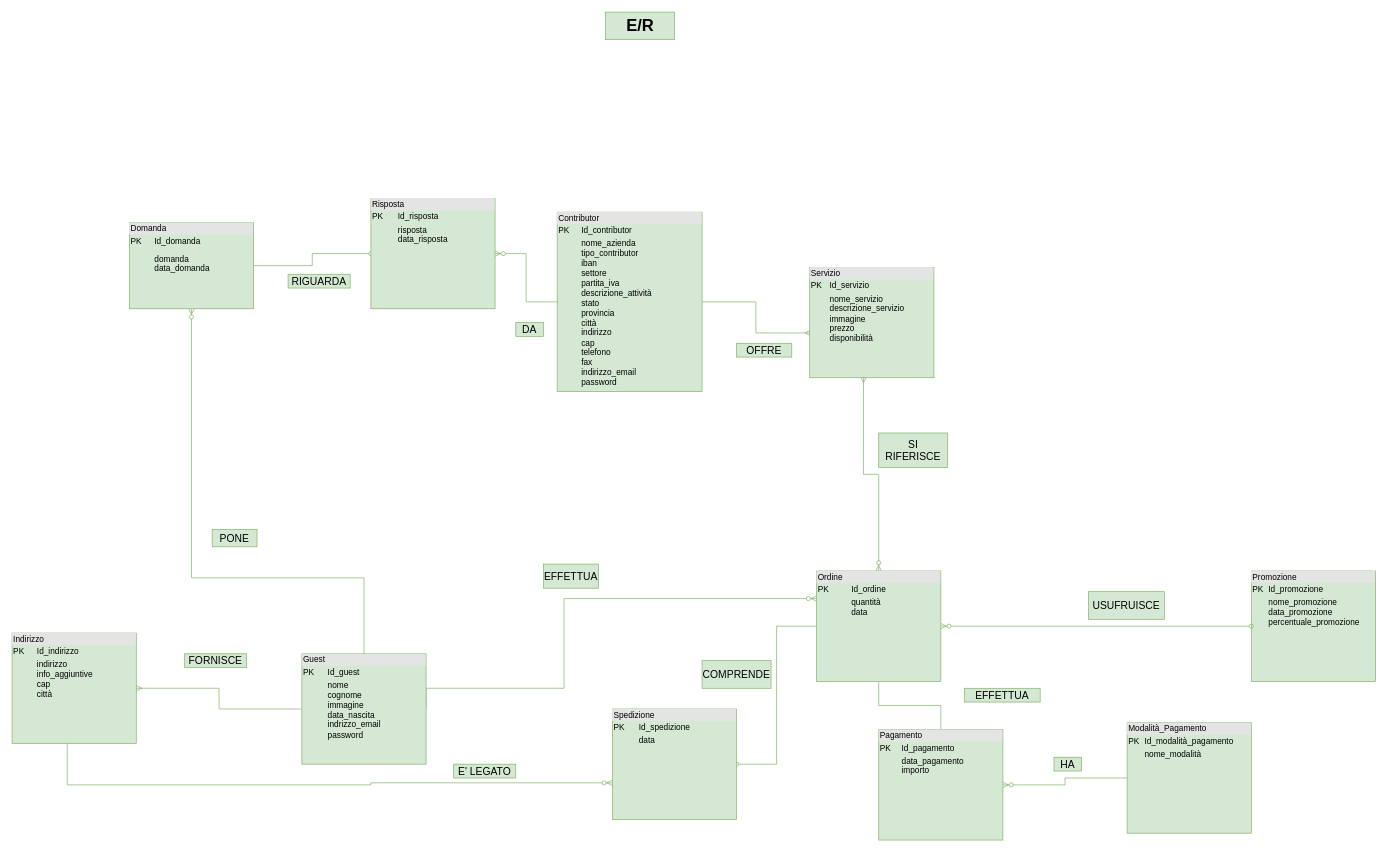
Above: ER.drawio in giadaventurini-pixel/giadaventurini-5binf (draw.io), before the change. Source tidied: cells renumbered, new cells numbered last; positions are measured from the earlier drawing's top-left corner, leaving out a move shared by most shapes. Both pictures are drawn from the tidied source at 69%, with x=0, y=0 at pixel (12, 12).
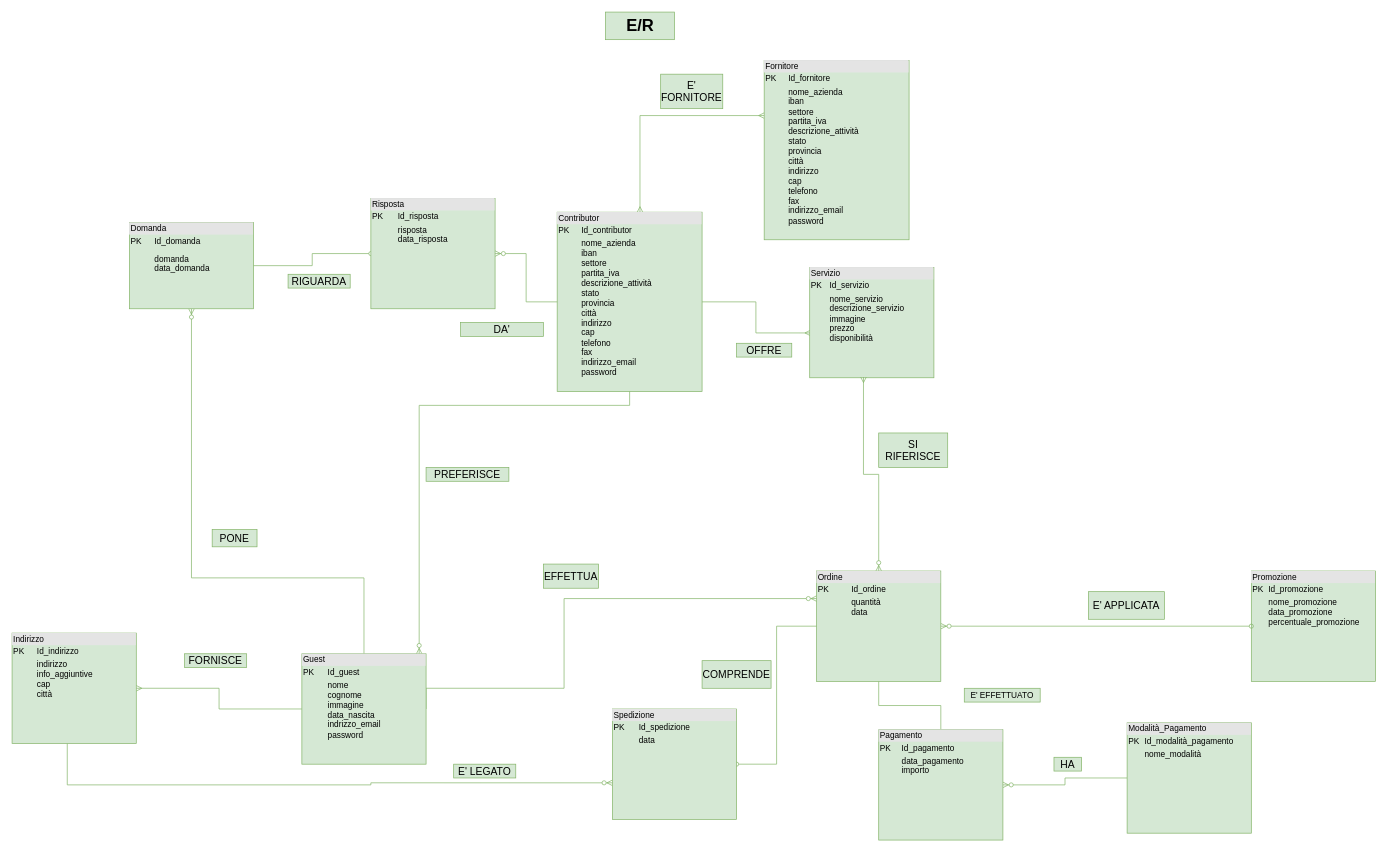
The same diagram, later.

The change refers to these unchanged cells:
```xml
<mxCell id="7" value="&lt;div style=&quot;box-sizing: border-box ; width: 100% ; background: #e4e4e4 ; padding: 2px&quot;&gt;Guest&lt;/div&gt;&lt;table style=&quot;width: 100% ; font-size: 1em&quot; cellpadding=&quot;2&quot; cellspacing=&quot;0&quot;&gt;&lt;tbody&gt;&lt;tr&gt;&lt;td&gt;PK&lt;/td&gt;&lt;td&gt;Id_guest&lt;br&gt;&lt;/td&gt;&lt;/tr&gt;&lt;tr&gt;&lt;td&gt;&lt;br&gt;&lt;br&gt;&lt;br&gt;&lt;br&gt;&lt;/td&gt;&lt;td&gt;nome&lt;br&gt;cognome&lt;br&gt;immagine&lt;br&gt;data_nascita&lt;br&gt;indrizzo_email&lt;br&gt;password&lt;br&gt;&lt;br&gt;&lt;br&gt;&lt;br&gt;&lt;br&gt;&lt;/td&gt;&lt;/tr&gt;&lt;tr&gt;&lt;td&gt;&amp;nbsp;&lt;/td&gt;&lt;td&gt;&lt;br&gt;&lt;/td&gt;&lt;/tr&gt;&lt;/tbody&gt;&lt;/table&gt;" style="verticalAlign=top;align=left;overflow=fill;html=1;fillColor=#d5e8d4;strokeColor=#82b366;" parent="1" vertex="1">
  <mxGeometry x="420" y="930" width="180" height="160" as="geometry" />
</mxCell>
```

Change to the diagram source:
```diff
@@
+    <mxCell id="38" style="edgeStyle=orthogonalEdgeStyle;rounded=0;jettySize=auto;html=1;startArrow=ERmany;startFill=0;endArrow=ERmany;endFill=0;fillColor=#d5e8d4;strokeColor=#82b366;" parent="1" edge="1" source="3" target="40">
+      <mxGeometry relative="1" as="geometry">
+        <Array as="points">
+          <mxPoint x="910" y="150" />
+        </Array>
+      </mxGeometry>
+    </mxCell>
-    <mxCell id="3" value="&lt;div style=&quot;box-sizing: border-box ; width: 100% ; background: #e4e4e4 ; padding: 2px&quot;&gt;Contributor&amp;nbsp;&lt;/div&gt;&lt;table style=&quot;width: 100% ; font-size: 1em&quot; cellpadding=&quot;2&quot; cellspacing=&quot;0&quot;&gt;&lt;tbody&gt;&lt;tr&gt;&lt;td&gt;PK&lt;/td&gt;&lt;td&gt;Id_contributor&lt;br&gt;&lt;/td&gt;&lt;/tr&gt;&lt;tr&gt;&lt;td&gt;&lt;br&gt;&lt;br&gt;&lt;br&gt;&lt;br&gt;&lt;br&gt;&lt;br&gt;&lt;br&gt;&lt;br&gt;&lt;br&gt;&lt;br&gt;&lt;br&gt;&lt;/td&gt;&lt;td&gt;nome_azienda&lt;br&gt;tipo_contributor&lt;br&gt;iban&lt;br&gt;settore&lt;br&gt;partita_iva&lt;br&gt;descrizione_attività&lt;br&gt;stato&lt;br&gt;provincia&lt;br&gt;città&lt;br&gt;indirizzo&lt;br&gt;cap&lt;br&gt;telefono&lt;br&gt;fax&lt;br&gt;indirizzo_email&lt;br&gt;password&lt;br&gt;&lt;br&gt;&lt;br&gt;&lt;br&gt;&lt;br&gt;&lt;/td&gt;&lt;/tr&gt;&lt;tr&gt;&lt;td&gt;&amp;nbsp;&lt;/td&gt;&lt;td&gt;&lt;br&gt;&lt;/td&gt;&lt;/tr&gt;&lt;/tbody&gt;&lt;/table&gt;" style="verticalAlign=top;align=left;overflow=fill;html=1;fillColor=#d5e8d4;strokeColor=#82b366;" parent="1" vertex="1">
+    <mxCell id="3" value="&lt;div style=&quot;box-sizing: border-box ; width: 100% ; background: #e4e4e4 ; padding: 2px&quot;&gt;Contributor&amp;nbsp;&lt;/div&gt;&lt;table style=&quot;width: 100% ; font-size: 1em&quot; cellpadding=&quot;2&quot; cellspacing=&quot;0&quot;&gt;&lt;tbody&gt;&lt;tr&gt;&lt;td&gt;PK&lt;/td&gt;&lt;td&gt;Id_contributor&lt;br&gt;&lt;/td&gt;&lt;/tr&gt;&lt;tr&gt;&lt;td&gt;&lt;br&gt;&lt;br&gt;&lt;br&gt;&lt;br&gt;&lt;br&gt;&lt;br&gt;&lt;br&gt;&lt;br&gt;&lt;br&gt;&lt;br&gt;&lt;br&gt;&lt;/td&gt;&lt;td&gt;nome_azienda&lt;br&gt;iban&lt;br&gt;settore&lt;br&gt;partita_iva&lt;br&gt;descrizione_attività&lt;br&gt;stato&lt;br&gt;provincia&lt;br&gt;città&lt;br&gt;indirizzo&lt;br&gt;cap&lt;br&gt;telefono&lt;br&gt;fax&lt;br&gt;indirizzo_email&lt;br&gt;password&lt;br&gt;&lt;br&gt;&lt;br&gt;&lt;br&gt;&lt;br&gt;&lt;/td&gt;&lt;/tr&gt;&lt;tr&gt;&lt;td&gt;&amp;nbsp;&lt;/td&gt;&lt;td&gt;&lt;br&gt;&lt;/td&gt;&lt;/tr&gt;&lt;/tbody&gt;&lt;/table&gt;" style="verticalAlign=top;align=left;overflow=fill;html=1;fillColor=#d5e8d4;strokeColor=#82b366;" parent="1" vertex="1">
       <mxGeometry x="790" y="290" width="210" height="260" as="geometry" />
     </mxCell>
@@
+    <mxCell id="39" style="edgeStyle=orthogonalEdgeStyle;rounded=0;jettySize=auto;html=1;startArrow=ERzeroToMany;startFill=1;endArrow=none;endFill=0;fillColor=#d5e8d4;strokeColor=#82b366;" parent="1" edge="1" source="7" target="3">
+      <mxGeometry relative="1" as="geometry">
+        <Array as="points">
+          <mxPoint x="590" y="570" />
+          <mxPoint x="895" y="570" />
+        </Array>
+      </mxGeometry>
+    </mxCell>
@@
-    <mxCell id="29" value="&lt;span style=&quot;font-size: 15px&quot;&gt;DA&lt;/span&gt;" style="text;html=1;align=center;verticalAlign=middle;whiteSpace=wrap;rounded=0;fillColor=#d5e8d4;strokeColor=#82b366;" parent="1" vertex="1">
-      <mxGeometry x="730" y="450" width="40" height="20" as="geometry" />
+    <mxCell id="29" value="&lt;span style=&quot;font-size: 15px&quot;&gt;DA'&lt;/span&gt;" style="text;html=1;align=center;verticalAlign=middle;whiteSpace=wrap;rounded=0;fillColor=#d5e8d4;strokeColor=#82b366;" parent="1" vertex="1">
+      <mxGeometry x="650" y="450" width="120" height="20" as="geometry" />
     </mxCell>
@@
-    <mxCell id="33" value="&lt;span style=&quot;font-size: 15px&quot;&gt;USUFRUISCE&lt;br&gt;&lt;/span&gt;" style="text;html=1;align=center;verticalAlign=middle;whiteSpace=wrap;rounded=0;fillColor=#d5e8d4;strokeColor=#82b366;" parent="1" vertex="1">
+    <mxCell id="33" value="&lt;span style=&quot;font-size: 15px&quot;&gt;E' APPLICATA&lt;br&gt;&lt;/span&gt;" style="text;html=1;align=center;verticalAlign=middle;whiteSpace=wrap;rounded=0;fillColor=#d5e8d4;strokeColor=#82b366;" parent="1" vertex="1">
       <mxGeometry x="1560" y="840" width="110" height="40" as="geometry" />
     </mxCell>
-    <mxCell id="34" value="&lt;span style=&quot;font-size: 15px&quot;&gt;EFFETTUA&lt;/span&gt;" style="text;html=1;align=center;verticalAlign=middle;whiteSpace=wrap;rounded=0;fillColor=#d5e8d4;strokeColor=#82b366;" parent="1" vertex="1">
+    <mxCell id="34" value="E' EFFETTUATO" style="text;html=1;align=center;verticalAlign=middle;whiteSpace=wrap;rounded=0;fillColor=#d5e8d4;strokeColor=#82b366;" parent="1" vertex="1">
       <mxGeometry x="1380" y="980" width="110" height="20" as="geometry" />
     </mxCell>
@@
+    <mxCell id="40" value="&lt;div style=&quot;box-sizing: border-box ; width: 100% ; background: #e4e4e4 ; padding: 2px&quot;&gt;Fornitore&lt;/div&gt;&lt;table style=&quot;width: 100% ; font-size: 1em&quot; cellpadding=&quot;2&quot; cellspacing=&quot;0&quot;&gt;&lt;tbody&gt;&lt;tr&gt;&lt;td&gt;PK&lt;/td&gt;&lt;td&gt;Id_fornitore&lt;br&gt;&lt;/td&gt;&lt;/tr&gt;&lt;tr&gt;&lt;td&gt;&lt;br&gt;&lt;br&gt;&lt;br&gt;&lt;br&gt;&lt;br&gt;&lt;br&gt;&lt;br&gt;&lt;br&gt;&lt;br&gt;&lt;br&gt;&lt;br&gt;&lt;/td&gt;&lt;td&gt;nome_azienda&lt;br&gt;iban&lt;br&gt;settore&lt;br&gt;partita_iva&lt;br&gt;descrizione_attività&lt;br&gt;stato&lt;br&gt;provincia&lt;br&gt;città&lt;br&gt;indirizzo&lt;br&gt;cap&lt;br&gt;telefono&lt;br&gt;fax&lt;br&gt;indirizzo_email&lt;br&gt;password&lt;br&gt;&lt;br&gt;&lt;br&gt;&lt;br&gt;&lt;br&gt;&lt;/td&gt;&lt;/tr&gt;&lt;tr&gt;&lt;td&gt;&amp;nbsp;&lt;/td&gt;&lt;td&gt;&lt;br&gt;&lt;/td&gt;&lt;/tr&gt;&lt;/tbody&gt;&lt;/table&gt;" style="verticalAlign=top;align=left;overflow=fill;html=1;fillColor=#d5e8d4;strokeColor=#82b366;" parent="1" vertex="1">
+      <mxGeometry x="1090" y="70" width="210" height="260" as="geometry" />
+    </mxCell>
+    <mxCell id="41" value="&lt;span style=&quot;font-size: 15px&quot;&gt;E' FORNITORE&lt;/span&gt;" style="text;html=1;align=center;verticalAlign=middle;whiteSpace=wrap;rounded=0;fillColor=#d5e8d4;strokeColor=#82b366;" parent="1" vertex="1">
+      <mxGeometry x="940" y="90" width="90" height="50" as="geometry" />
+    </mxCell>
+    <mxCell id="42" value="&lt;span style=&quot;font-size: 15px&quot;&gt;PREFERISCE&lt;/span&gt;" style="text;html=1;align=center;verticalAlign=middle;whiteSpace=wrap;rounded=0;fillColor=#d5e8d4;strokeColor=#82b366;" parent="1" vertex="1">
+      <mxGeometry x="600" y="660" width="120" height="20" as="geometry" />
+    </mxCell>
```
